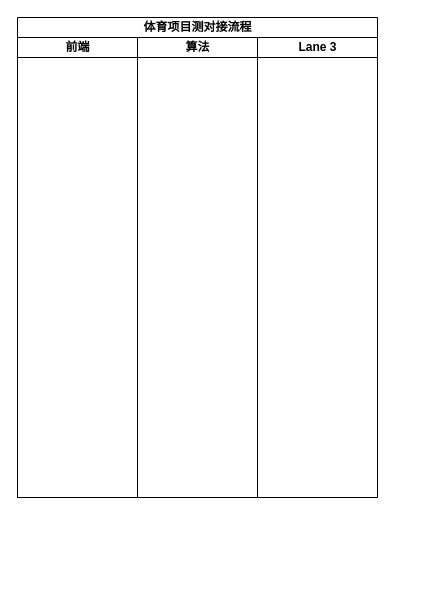
This is 体育项目.drawio from huangxunlei/drawio, a draw.io file, before an edit. Source tidied: cells renumbered, new cells numbered last; positions are measured from the earlier drawing's top-left corner, leaving out a move shared by most shapes. Both pictures are drawn from the tidied source at 100%, with x=0, y=0 at pixel (17, 17).
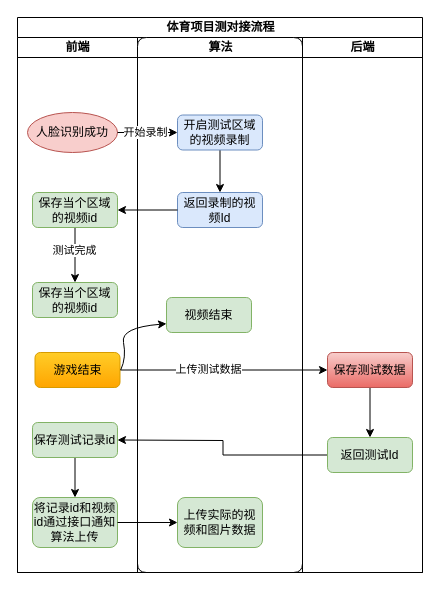
Above is the later version.

Commit message:
更新体育项目.drawio

The edit, as a diff of the source:
```diff
@@
     <mxCell id="2" value="体育项目测对接流程" style="swimlane;startSize=20;html=1;" parent="1" vertex="1">
-      <mxGeometry width="360" height="480" as="geometry" />
+      <mxGeometry width="405" height="555" as="geometry" />
     </mxCell>
     <mxCell id="3" value="前端" style="swimlane;startSize=20;html=1;" parent="2" vertex="1">
-      <mxGeometry y="20" width="120" height="460" as="geometry" />
+      <mxGeometry y="20" width="120" height="535" as="geometry" />
     </mxCell>
+    <mxCell id="6" value="人脸识别成功" style="ellipse;whiteSpace=wrap;html=1;fillColor=#f8cecc;strokeColor=#b85450;" parent="3" vertex="1">
+      <mxGeometry x="10" y="75" width="90" height="40" as="geometry" />
+    </mxCell>
+    <mxCell id="7" style="edgeStyle=orthogonalEdgeStyle;rounded=0;jettySize=auto;html=1;" parent="3" edge="1" source="9" target="10">
+      <mxGeometry relative="1" as="geometry" />
+    </mxCell>
+    <mxCell id="8" value="测试完成" style="edgeLabel;html=1;align=center;verticalAlign=middle;" parent="7" vertex="1">
+      <mxGeometry x="-0.21" y="-1" relative="1" as="geometry" />
+    </mxCell>
+    <mxCell id="9" value="保存当个区域的视频id" style="whiteSpace=wrap;html=1;fillColor=#d5e8d4;strokeColor=#82b366;rounded=1;" parent="3" vertex="1">
+      <mxGeometry x="15" y="155" width="85" height="35" as="geometry" />
+    </mxCell>
+    <mxCell id="10" value="保存当个区域的视频id" style="whiteSpace=wrap;html=1;fillColor=#d5e8d4;strokeColor=#82b366;rounded=1;" parent="3" vertex="1">
+      <mxGeometry x="15" y="245" width="85" height="35" as="geometry" />
+    </mxCell>
+    <mxCell id="11" style="edgeStyle=orthogonalEdgeStyle;rounded=0;jettySize=auto;html=1;" parent="3" edge="1" source="13">
+      <mxGeometry relative="1" as="geometry">
+        <mxPoint x="310" y="332.5" as="targetPoint" />
+      </mxGeometry>
+    </mxCell>
+    <mxCell id="12" value="上传测试数据" style="edgeLabel;html=1;align=center;verticalAlign=middle;" parent="11" vertex="1">
+      <mxGeometry x="-0.15" y="1" relative="1" as="geometry" />
+    </mxCell>
+    <mxCell id="13" value="游戏结束" style="whiteSpace=wrap;html=1;fillColor=#ffcd28;strokeColor=#d79b00;rounded=1;gradientColor=#ffa500;" parent="3" vertex="1">
+      <mxGeometry x="17.5" y="315" width="85" height="35" as="geometry" />
+    </mxCell>
+    <mxCell id="14" style="edgeStyle=orthogonalEdgeStyle;rounded=0;jettySize=auto;html=1;" parent="3" edge="1" source="15" target="16">
+      <mxGeometry relative="1" as="geometry" />
+    </mxCell>
+    <mxCell id="15" value="保存测试记录id" style="whiteSpace=wrap;html=1;fillColor=#d5e8d4;strokeColor=#82b366;rounded=1;" parent="3" vertex="1">
+      <mxGeometry x="15" y="385" width="85" height="35" as="geometry" />
+    </mxCell>
+    <mxCell id="16" value="将记录id和视频id通过接口通知算法上传" style="whiteSpace=wrap;html=1;fillColor=#d5e8d4;strokeColor=#82b366;rounded=1;" parent="3" vertex="1">
+      <mxGeometry x="15" y="460" width="85" height="50" as="geometry" />
+    </mxCell>
-    <mxCell id="4" value="算法" style="swimlane;startSize=20;html=1;" parent="2" vertex="1">
-      <mxGeometry x="120" y="20" width="120" height="460" as="geometry" />
+    <mxCell id="4" value="算法" style="swimlane;startSize=20;html=1;rounded=1;" parent="2" vertex="1">
+      <mxGeometry x="120" y="20" width="165" height="535" as="geometry" />
     </mxCell>
+    <mxCell id="17" style="edgeStyle=orthogonalEdgeStyle;rounded=0;jettySize=auto;html=1;" parent="4" edge="1" source="18" target="19">
+      <mxGeometry relative="1" as="geometry" />
+    </mxCell>
+    <mxCell id="18" value="开启测试区域的视频录制" style="whiteSpace=wrap;html=1;fillColor=#dae8fc;strokeColor=#6c8ebf;rounded=1;" parent="4" vertex="1">
+      <mxGeometry x="40" y="77.5" width="85" height="35" as="geometry" />
+    </mxCell>
+    <mxCell id="19" value="返回录制的视频Id" style="whiteSpace=wrap;html=1;fillColor=#dae8fc;strokeColor=#6c8ebf;rounded=1;glass=0;" parent="4" vertex="1">
+      <mxGeometry x="40" y="155" width="85" height="35" as="geometry" />
+    </mxCell>
+    <mxCell id="20" value="上传实际的视频和图片数据" style="whiteSpace=wrap;html=1;fillColor=#d5e8d4;strokeColor=#82b366;rounded=1;" parent="4" vertex="1">
+      <mxGeometry x="40" y="460" width="85" height="50" as="geometry" />
+    </mxCell>
+    <mxCell id="21" value="视频结束" style="whiteSpace=wrap;html=1;fillColor=#d5e8d4;strokeColor=#82b366;rounded=1;" parent="4" vertex="1">
+      <mxGeometry x="29" y="260" width="85" height="35" as="geometry" />
+    </mxCell>
+    <mxCell id="22" style="curved=1;endArrow=classic;html=1;rounded=0;exitX=1;exitY=0.5;exitDx=0;exitDy=0;entryX=0;entryY=0.75;entryDx=0;entryDy=0;" parent="4" edge="1" target="21">
+      <mxGeometry relative="1" as="geometry">
+        <mxPoint x="-16.8" y="332.5" as="sourcePoint" />
+        <Array as="points">
+          <mxPoint x="-11" y="320" />
+          <mxPoint x="-17" y="290" />
+        </Array>
+      </mxGeometry>
+    </mxCell>
-    <mxCell id="5" value="Lane 3" style="swimlane;startSize=20;html=1;" parent="2" vertex="1">
-      <mxGeometry x="240" y="20" width="120" height="460" as="geometry" />
+    <mxCell id="5" value="后端" style="swimlane;startSize=20;html=1;" parent="2" vertex="1">
+      <mxGeometry x="285" y="20" width="120" height="535" as="geometry" />
     </mxCell>
+    <mxCell id="23" style="edgeStyle=orthogonalEdgeStyle;rounded=0;jettySize=auto;html=1;" parent="5" edge="1" source="24" target="26">
+      <mxGeometry relative="1" as="geometry" />
+    </mxCell>
+    <mxCell id="24" value="保存测试数据" style="whiteSpace=wrap;html=1;fillColor=#f8cecc;strokeColor=#b85450;rounded=1;gradientColor=#ea6b66;" parent="5" vertex="1">
+      <mxGeometry x="25" y="315" width="85" height="35" as="geometry" />
+    </mxCell>
+    <mxCell id="25" style="edgeStyle=orthogonalEdgeStyle;rounded=0;jettySize=auto;html=1;" parent="5" edge="1" source="26">
+      <mxGeometry relative="1" as="geometry">
+        <mxPoint x="-185" y="402.5" as="targetPoint" />
+      </mxGeometry>
+    </mxCell>
+    <mxCell id="26" value="返回测试Id" style="whiteSpace=wrap;html=1;fillColor=#d5e8d4;strokeColor=#82b366;rounded=1;" parent="5" vertex="1">
+      <mxGeometry x="25" y="400" width="85" height="35" as="geometry" />
+    </mxCell>
+    <mxCell id="27" style="edgeStyle=orthogonalEdgeStyle;rounded=0;jettySize=auto;html=1;" parent="2" edge="1" source="6" target="18">
+      <mxGeometry relative="1" as="geometry" />
+    </mxCell>
+    <mxCell id="28" value="开始录制" style="edgeLabel;html=1;align=center;verticalAlign=middle;" parent="27" vertex="1">
+      <mxGeometry x="-0.09" y="1" relative="1" as="geometry" />
+    </mxCell>
+    <mxCell id="29" style="edgeStyle=orthogonalEdgeStyle;rounded=0;jettySize=auto;html=1;entryX=1;entryY=0.5;entryDx=0;entryDy=0;" parent="2" edge="1" source="19" target="9">
+      <mxGeometry relative="1" as="geometry" />
+    </mxCell>
+    <mxCell id="30" style="edgeStyle=orthogonalEdgeStyle;rounded=0;jettySize=auto;html=1;" parent="2" edge="1" source="16" target="20">
+      <mxGeometry relative="1" as="geometry" />
+    </mxCell>
```
